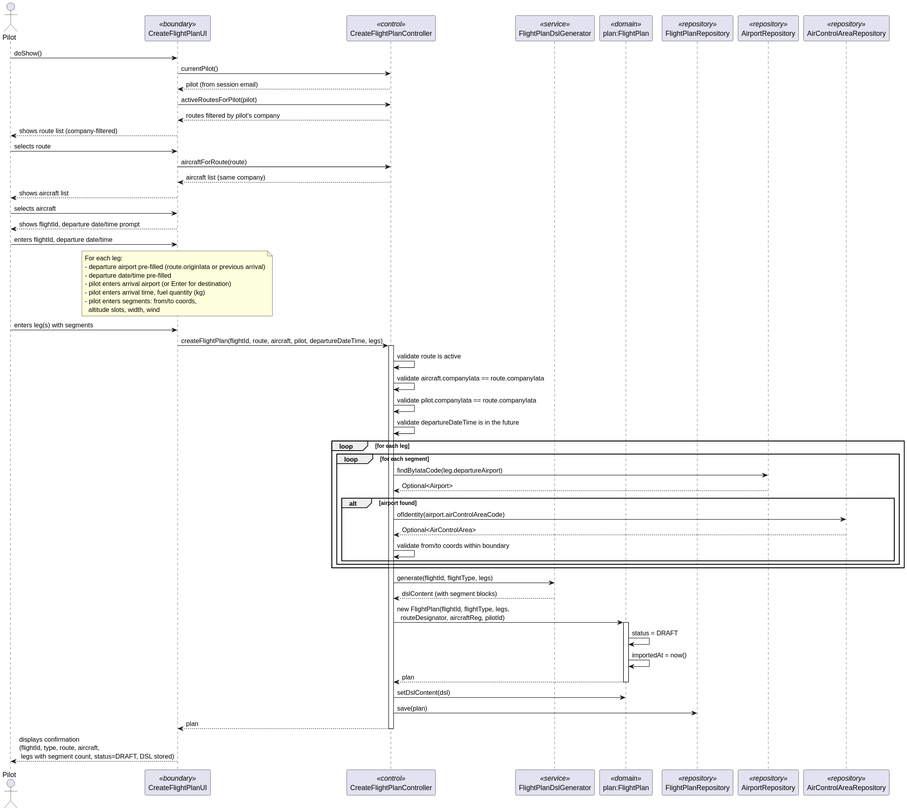
DuartePinto1240/sem4pi2526-sem4pi2526_2da2 keeps this PlantUML diagram as docs/Sprint 3/EAPLI/US080/svg/US080-sequence-diagram.svg. Above is the earlier version.
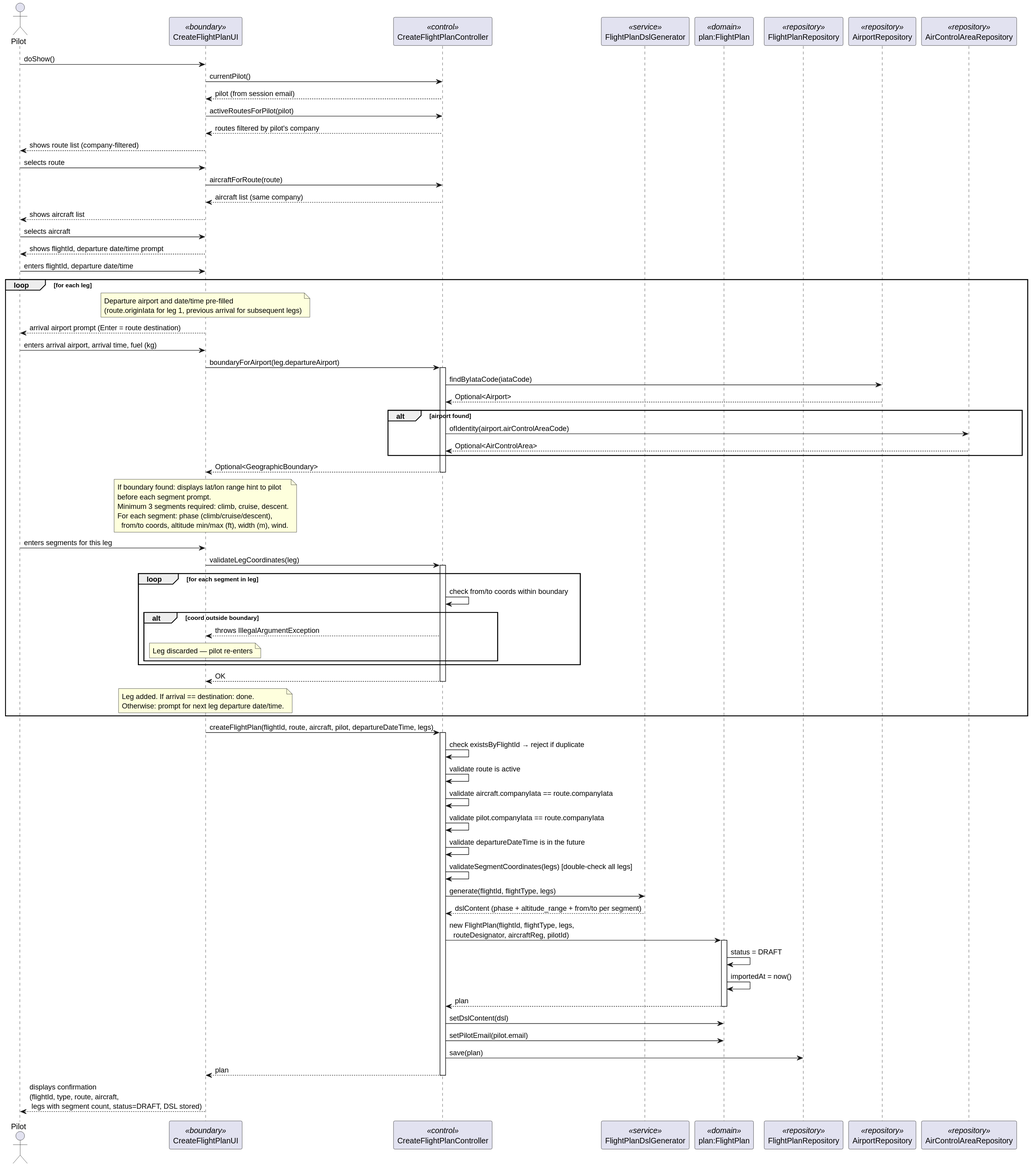
After the commit.

Diff of the diagram source:
```diff
@@ -27,40 +27,66 @@
 UI --> Pilot : shows flightId, departure date/time prompt
 Pilot -> UI : enters flightId, departure date/time
 
-note over UI
-  For each leg:
-  - departure airport pre-filled (route.originIata or previous arrival)
-  - departure date/time pre-filled
-  - pilot enters arrival airport (or Enter for destination)
-  - pilot enters arrival time, fuel quantity (kg)
-  - pilot enters segments: from/to coords,
-    altitude slots, width, wind
-end note
+loop for each leg
+    note over UI
+      Departure airport and date/time pre-filled
+      (route.originIata for leg 1, previous arrival for subsequent legs)
+    end note
 
-Pilot -> UI : enters leg(s) with segments
+    UI --> Pilot : arrival airport prompt (Enter = route destination)
+    Pilot -> UI : enters arrival airport, arrival time, fuel (kg)
+
+    UI -> CTRL : boundaryForAirport(leg.departureAirport)
+    activate CTRL
+    CTRL -> AREPO : findByIataCode(iataCode)
+    AREPO --> CTRL : Optional<Airport>
+    alt airport found
+        CTRL -> ACREPO : ofIdentity(airport.airControlAreaCode)
+        ACREPO --> CTRL : Optional<AirControlArea>
+    end
+    CTRL --> UI : Optional<GeographicBoundary>
+    deactivate CTRL
+
+    note over UI
+      If boundary found: displays lat/lon range hint to pilot
+      before each segment prompt.
+      Minimum 3 segments required: climb, cruise, descent.
+      For each segment: phase (climb/cruise/descent),
+        from/to coords, altitude min/max (ft), width (m), wind.
+    end note
+
+    Pilot -> UI : enters segments for this leg
+
+    UI -> CTRL : validateLegCoordinates(leg)
+    activate CTRL
+    loop for each segment in leg
+        CTRL -> CTRL : check from/to coords within boundary
+        alt coord outside boundary
+            CTRL --> UI : throws IllegalArgumentException
+            note over UI: Leg discarded — pilot re-enters
+        end
+    end
+    CTRL --> UI : OK
+    deactivate CTRL
+
+    note over UI
+      Leg added. If arrival == destination: done.
+      Otherwise: prompt for next leg departure date/time.
+    end note
+end
 
 UI -> CTRL : createFlightPlan(flightId, route, aircraft, pilot, departureDateTime, legs)
 activate CTRL
 
+CTRL -> CTRL : check existsByFlightId → reject if duplicate
 CTRL -> CTRL : validate route is active
 CTRL -> CTRL : validate aircraft.companyIata == route.companyIata
 CTRL -> CTRL : validate pilot.companyIata == route.companyIata
 CTRL -> CTRL : validate departureDateTime is in the future
-
-loop for each leg
-    loop for each segment
-        CTRL -> AREPO : findByIataCode(leg.departureAirport)
-        AREPO --> CTRL : Optional<Airport>
-        alt airport found
-            CTRL -> ACREPO : ofIdentity(airport.airControlAreaCode)
-            ACREPO --> CTRL : Optional<AirControlArea>
-            CTRL -> CTRL : validate from/to coords within boundary
-        end
-    end
-end
+CTRL -> CTRL : validateSegmentCoordinates(legs) [double-check all legs]
 
 CTRL -> DSL : generate(flightId, flightType, legs)
-DSL --> CTRL : dslContent (with segment blocks)
+DSL --> CTRL : dslContent (phase + altitude_range + from/to per segment)
 
 CTRL -> PLAN : new FlightPlan(flightId, flightType, legs,\n  routeDesignator, aircraftReg, pilotId)
 activate PLAN
@@ -70,6 +96,7 @@
 deactivate PLAN
 
 CTRL -> PLAN : setDslContent(dsl)
+CTRL -> PLAN : setPilotEmail(pilot.email)
 CTRL -> REPO : save(plan)
 CTRL --> UI : plan
 deactivate CTRL
```
